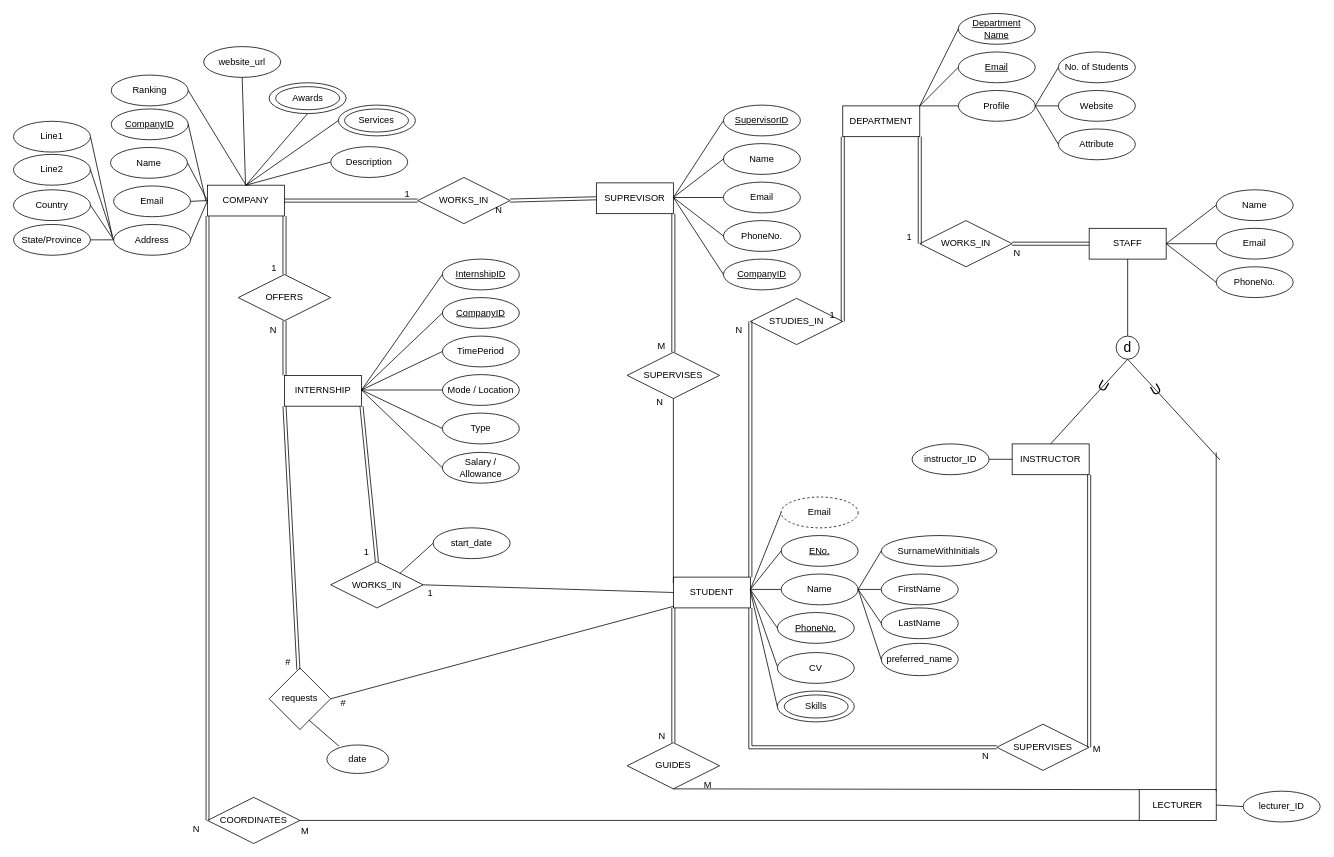
Above: ER Diagram/ER_DIAGRAM2.drawio in ishanfdo18098/CO226-Database-Project (draw.io), before the change. Source tidied: cells renumbered, new cells numbered last; positions are measured from the earlier drawing's top-left corner, leaving out a move shared by most shapes. Both pictures are drawn from the tidied source at 77%, with x=0, y=0 at pixel (13, 13).
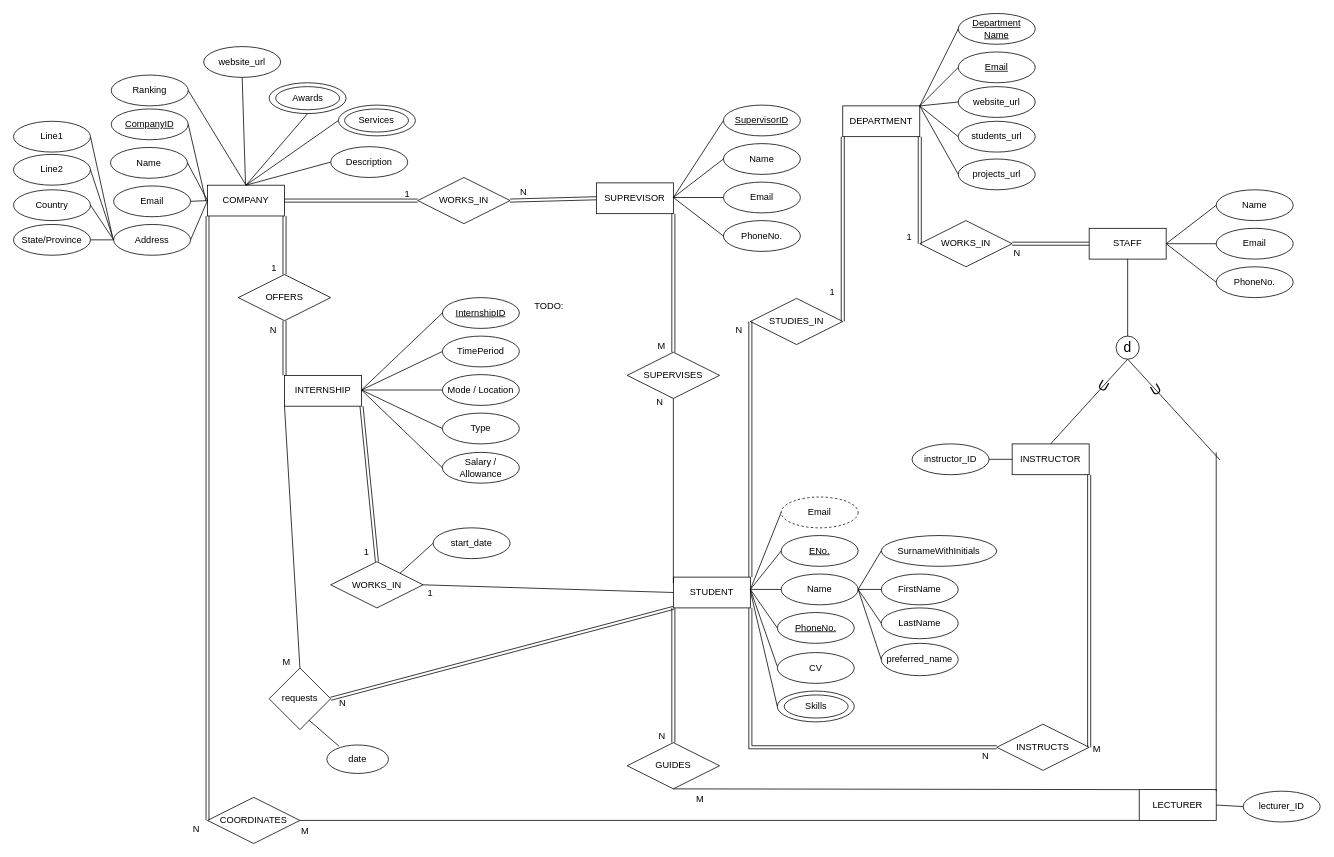
The same diagram, later.

Commit message (it also covers changes not shown here):
relational schema diagram

Unchanged cells that the change refers to:
```xml
<mxCell id="5" value="STUDENT" style="whiteSpace=wrap;html=1;align=center;" parent="1" vertex="1">
  <mxGeometry x="857" y="732" width="100" height="40" as="geometry" />
</mxCell>
<mxCell id="6" value="DEPARTMENT" style="whiteSpace=wrap;html=1;align=center;" parent="1" vertex="1">
  <mxGeometry x="1077" y="120" width="100" height="40" as="geometry" />
</mxCell>
<mxCell id="9" value="INTERNSHIP" style="whiteSpace=wrap;html=1;align=center;" parent="1" vertex="1">
  <mxGeometry x="352" y="470" width="100" height="40" as="geometry" />
</mxCell>
<mxCell id="18" style="shape=link;html=1;rounded=0;exitX=0;exitY=0.5;exitDx=0;exitDy=0;entryX=1;entryY=0.5;entryDx=0;entryDy=0;" parent="1" edge="1" source="3" target="15">
  <mxGeometry relative="1" as="geometry" />
</mxCell>
<mxCell id="27" style="shape=link;html=1;rounded=0;exitX=0;exitY=1;exitDx=0;exitDy=0;entryX=1;entryY=0.5;entryDx=0;entryDy=0;" parent="1" edge="1" source="6" target="26">
  <mxGeometry relative="1" as="geometry" />
</mxCell>
<mxCell id="137" value="requests" style="rhombus;whiteSpace=wrap;html=1;" parent="1" vertex="1">
  <mxGeometry x="332" y="850" width="80" height="80" as="geometry" />
</mxCell>
```

What changed in the source:
```diff
@@
     <mxCell id="19" value="N" style="html=1;align=right;verticalAlign=bottom;" parent="18" vertex="1">
       <mxGeometry x="1" relative="1" as="geometry">
-        <mxPoint x="-10" y="20" as="offset" />
+        <mxPoint x="22" y="-3" as="offset" />
       </mxGeometry>
     </mxCell>
@@
     <mxCell id="28" value="1" style="html=1;align=right;verticalAlign=bottom;" parent="27" vertex="1">
       <mxGeometry x="1" relative="1" as="geometry">
-        <mxPoint x="-10" as="offset" />
+        <mxPoint x="-10" y="-30" as="offset" />
       </mxGeometry>
     </mxCell>
@@
-    <mxCell id="39" value="SUPERVISES" style="shape=rhombus;perimeter=rhombusPerimeter;whiteSpace=wrap;html=1;align=center;" parent="1" vertex="1">
+    <mxCell id="39" value="INSTRUCTS" style="shape=rhombus;perimeter=rhombusPerimeter;whiteSpace=wrap;html=1;align=center;" parent="1" vertex="1">
       <mxGeometry x="1277" y="923" width="120" height="60" as="geometry" />
     </mxCell>
@@
-    <mxCell id="51" value="#" style="html=1;align=right;verticalAlign=bottom;" parent="1" vertex="1">
+    <mxCell id="51" value="N" style="html=1;align=right;verticalAlign=bottom;" parent="1" vertex="1">
       <mxGeometry x="302" y="923" as="geometry">
         <mxPoint x="130" y="-19" as="offset" />
       </mxGeometry>
     </mxCell>
@@
     <mxCell id="53" value="M" style="html=1;align=right;verticalAlign=bottom;" parent="1" vertex="1">
-      <mxGeometry x="777" y="1030" as="geometry">
+      <mxGeometry x="767" y="1048" as="geometry">
         <mxPoint x="130" y="-19" as="offset" />
       </mxGeometry>
     </mxCell>
@@
-    <mxCell id="57" value="Profile" style="ellipse;whiteSpace=wrap;html=1;align=center;" parent="1" vertex="1">
-      <mxGeometry x="1227" y="100" width="100" height="40" as="geometry" />
-    </mxCell>
-    <mxCell id="58" value="No. of Students" style="ellipse;whiteSpace=wrap;html=1;align=center;" parent="1" vertex="1">
-      <mxGeometry x="1357" y="50" width="100" height="40" as="geometry" />
-    </mxCell>
-    <mxCell id="59" value="Website" style="ellipse;whiteSpace=wrap;html=1;align=center;" parent="1" vertex="1">
-      <mxGeometry x="1357" y="100" width="100" height="40" as="geometry" />
+    <mxCell id="59" value="students_url" style="ellipse;whiteSpace=wrap;html=1;align=center;" parent="1" vertex="1">
+      <mxGeometry x="1227" y="140" width="100" height="40" as="geometry" />
     </mxCell>
-    <mxCell id="60" value="Attribute" style="ellipse;whiteSpace=wrap;html=1;align=center;" parent="1" vertex="1">
-      <mxGeometry x="1357" y="150" width="100" height="40" as="geometry" />
-    </mxCell>
-    <mxCell id="61" style="endArrow=none;html=1;rounded=0;entryX=1;entryY=0.5;entryDx=0;entryDy=0;exitX=0;exitY=0.5;exitDx=0;exitDy=0;" parent="1" edge="1" source="60" target="57">
-      <mxGeometry relative="1" as="geometry" />
-    </mxCell>
-    <mxCell id="62" style="endArrow=none;html=1;rounded=0;entryX=1;entryY=0.5;entryDx=0;entryDy=0;exitX=0;exitY=0.5;exitDx=0;exitDy=0;" parent="1" edge="1" source="59" target="57">
+    <mxCell id="62" style="endArrow=none;html=1;rounded=0;entryX=0;entryY=0.5;entryDx=0;entryDy=0;exitX=1;exitY=0;exitDx=0;exitDy=0;" parent="1" edge="1" source="6" target="59">
       <mxGeometry relative="1" as="geometry" />
     </mxCell>
-    <mxCell id="63" style="endArrow=none;html=1;rounded=0;entryX=1;entryY=0.5;entryDx=0;entryDy=0;exitX=0;exitY=0.5;exitDx=0;exitDy=0;" parent="1" edge="1" source="58" target="57">
-      <mxGeometry relative="1" as="geometry" />
-    </mxCell>
@@
-    <mxCell id="66" style="endArrow=none;html=1;rounded=0;entryX=0;entryY=0.5;entryDx=0;entryDy=0;exitX=1;exitY=0.5;exitDx=0;exitDy=0;" parent="1" edge="1" target="57">
-      <mxGeometry relative="1" as="geometry">
-        <mxPoint x="1177" y="120" as="sourcePoint" />
-      </mxGeometry>
-    </mxCell>
-    <mxCell id="67" value="&lt;u&gt;CompanyID&lt;/u&gt;" style="ellipse;whiteSpace=wrap;html=1;align=center;" parent="1" vertex="1">
-      <mxGeometry x="557" y="369" width="100" height="40" as="geometry" />
-    </mxCell>
@@
     <mxCell id="70" value="InternshipID" style="ellipse;whiteSpace=wrap;html=1;align=center;fontStyle=4;" parent="1" vertex="1">
-      <mxGeometry x="557" y="319" width="100" height="40" as="geometry" />
+      <mxGeometry x="557" y="369" width="100" height="40" as="geometry" />
     </mxCell>
@@
-    <mxCell id="76" style="endArrow=none;html=1;rounded=0;entryX=0;entryY=0.5;entryDx=0;entryDy=0;exitX=1;exitY=0.5;exitDx=0;exitDy=0;" parent="1" edge="1" target="67">
-      <mxGeometry relative="1" as="geometry">
-        <mxPoint x="452" y="489" as="sourcePoint" />
-      </mxGeometry>
-    </mxCell>
@@
-    <mxCell id="121" value="CompanyID" style="ellipse;whiteSpace=wrap;html=1;align=center;fontStyle=4;" parent="1" vertex="1">
-      <mxGeometry x="922" y="319" width="100" height="40" as="geometry" />
-    </mxCell>
@@
-    <mxCell id="123" style="endArrow=none;html=1;rounded=0;entryX=1;entryY=0.5;entryDx=0;entryDy=0;exitX=0;exitY=0.5;exitDx=0;exitDy=0;" parent="1" edge="1" source="121">
-      <mxGeometry relative="1" as="geometry">
-        <mxPoint x="857" y="239" as="targetPoint" />
-      </mxGeometry>
-    </mxCell>
@@
-    <mxCell id="138" style="endArrow=none;html=1;rounded=0;shape=link;entryX=0;entryY=1;entryDx=0;entryDy=0;" parent="1" edge="1" source="137" target="9">
+    <mxCell id="138" style="endArrow=none;html=1;rounded=0;shape=link;exitX=1;exitY=0.5;exitDx=0;exitDy=0;entryX=0;entryY=1;entryDx=0;entryDy=0;" parent="1" edge="1" source="137" target="5">
       <mxGeometry relative="1" as="geometry" />
     </mxCell>
@@
-    <mxCell id="154" style="endArrow=none;html=1;rounded=0;exitX=1;exitY=0.5;exitDx=0;exitDy=0;" parent="1" edge="1" source="137">
-      <mxGeometry relative="1" as="geometry">
-        <mxPoint x="857" y="770" as="targetPoint" />
-      </mxGeometry>
+    <mxCell id="154" style="endArrow=none;html=1;rounded=0;exitX=0.5;exitY=0;exitDx=0;exitDy=0;entryX=0;entryY=1;entryDx=0;entryDy=0;" parent="1" edge="1" source="137" target="9">
+      <mxGeometry relative="1" as="geometry" />
     </mxCell>
@@
-    <mxCell id="161" value="#" style="html=1;align=right;verticalAlign=bottom;" parent="1" vertex="1">
+    <mxCell id="161" value="M" style="html=1;align=right;verticalAlign=bottom;" parent="1" vertex="1">
       <mxGeometry x="230" y="870" as="geometry">
         <mxPoint x="130" y="-19" as="offset" />
       </mxGeometry>
     </mxCell>
@@
+    <mxCell id="164" value="TODO:&amp;nbsp;" style="text;html=1;align=center;verticalAlign=middle;strokeColor=none;fillColor=none;" parent="1" vertex="1">
+      <mxGeometry x="667" y="370" width="60" height="20" as="geometry" />
+    </mxCell>
+    <mxCell id="165" value="projects_url" style="ellipse;whiteSpace=wrap;html=1;align=center;" parent="1" vertex="1">
+      <mxGeometry x="1227" y="189" width="100" height="40" as="geometry" />
+    </mxCell>
+    <mxCell id="166" value="website_url" style="ellipse;whiteSpace=wrap;html=1;align=center;" parent="1" vertex="1">
+      <mxGeometry x="1227" y="95" width="100" height="40" as="geometry" />
+    </mxCell>
+    <mxCell id="167" style="endArrow=none;html=1;rounded=0;entryX=0;entryY=0.5;entryDx=0;entryDy=0;" parent="1" edge="1" target="166">
+      <mxGeometry relative="1" as="geometry">
+        <mxPoint x="1177" y="120" as="sourcePoint" />
+      </mxGeometry>
+    </mxCell>
+    <mxCell id="168" style="endArrow=none;html=1;rounded=0;entryX=0;entryY=0.5;entryDx=0;entryDy=0;" parent="1" edge="1" target="165">
+      <mxGeometry relative="1" as="geometry">
+        <mxPoint x="1177" y="120" as="sourcePoint" />
+      </mxGeometry>
+    </mxCell>
```
